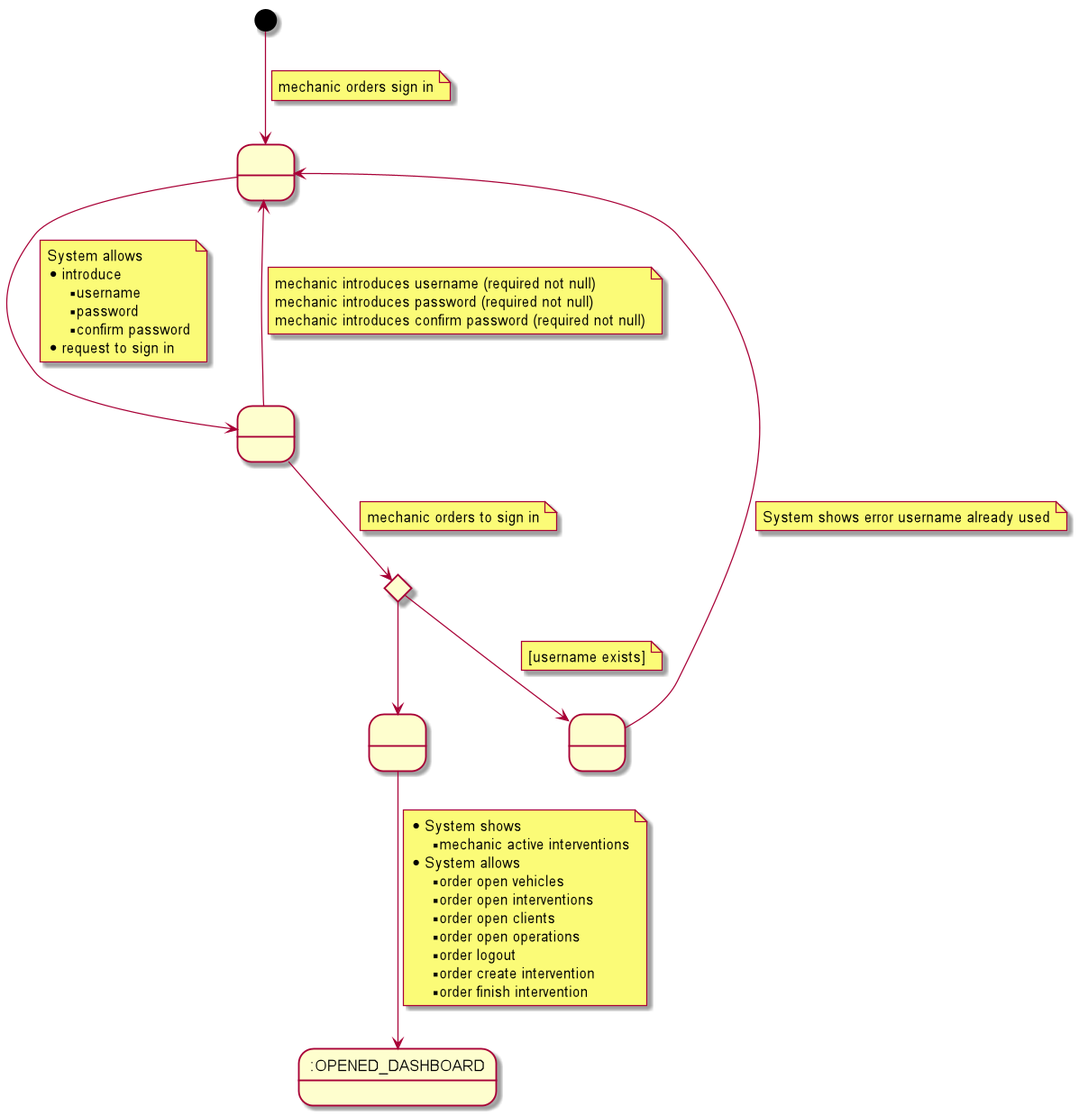
The PlantUML diagram documentation/1requiremets/usecases_specification/png/signin.png in Ruskab/agrimManager, before a commit.
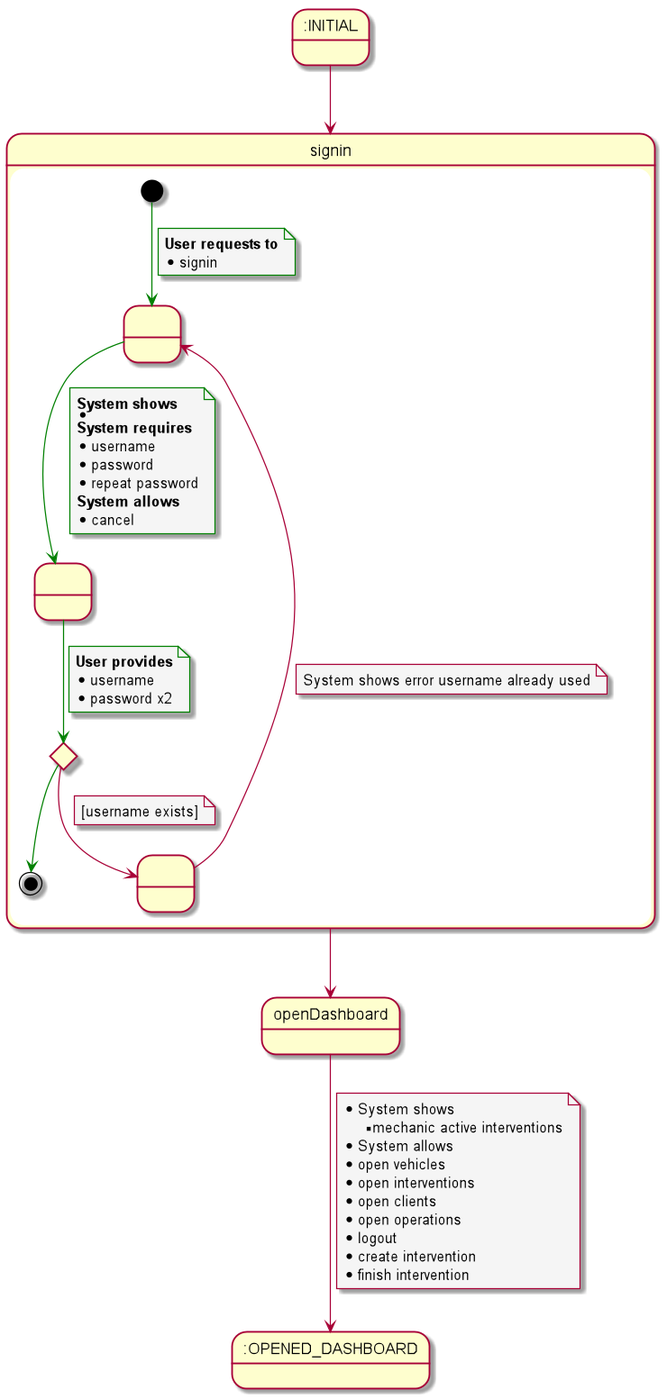
The same diagram one commit later.

Change to the diagram source:
```diff
@@ -1,60 +1,73 @@
 @startuml
+skinparam {
+    NoteBackgroundColor #whiteSmoke
+}
 
+state 7 as ":OPENED_DASHBOARD"
+state startState as ":INITIAL"
+
+startState --> signin
+
+state signin {
 state 2 as " "
 state 3 as " "
-state 6 as " "
 state 9 as " "
-state 7 as ":OPENED_DASHBOARD"
 state 4 <<choice>>
 
-[*] --> 2
+[*] -[#Green]-> 2
 note on link
-    mechanic orders sign in
+    <b>User requests to</b>
+    * signin
 end note
 
-2 --> 3
+2 -[#Green]-> 3
 note on link
-    System allows
-    * introduce
-    ** username
-    ** password
-    ** confirm password
-    * request to sign in
+<b>System shows</b>
+*
+<b>System requires</b>
+* username
+* password
+* repeat password
+<b>System allows</b>
+* cancel
 end note
 
-3 --> 2
+3 -[#Green]-> 4
 note on link
-    mechanic introduces username (required not null)
-    mechanic introduces password (required not null)
-    mechanic introduces confirm password (required not null)
+<b>User provides</b>
+* username
+* password x2
 end note
 
-3 --> 4
+4 -[#Green]-> [*]
+
+4 --> 9
 note on link
-    mechanic orders to sign in
+[username exists]
 end note
 
-4 --> 6
+9 --> 2
+note on link
+    System shows error username already used
+end note
 
-6 --> 7
+}
+
+signin --> openDashboard
+
+openDashboard --> 7
 note on link
     * System shows
     ** mechanic active interventions
     * System allows
-    ** order open vehicles
-    ** order open interventions
-    ** order open clients
-    ** order open operations
-    ** order logout
-    ** order create intervention
-    ** order finish intervention
+    * open vehicles
+    * open interventions
+    * open clients
+    * open operations
+    * logout
+    * create intervention
+    * finish intervention
 end note
-4 --> 9
-note on link
-[username exists]
-end note
-9 --> 2
-note on link
-    System shows error username already used
-end note
+
+
 @enduml
```
